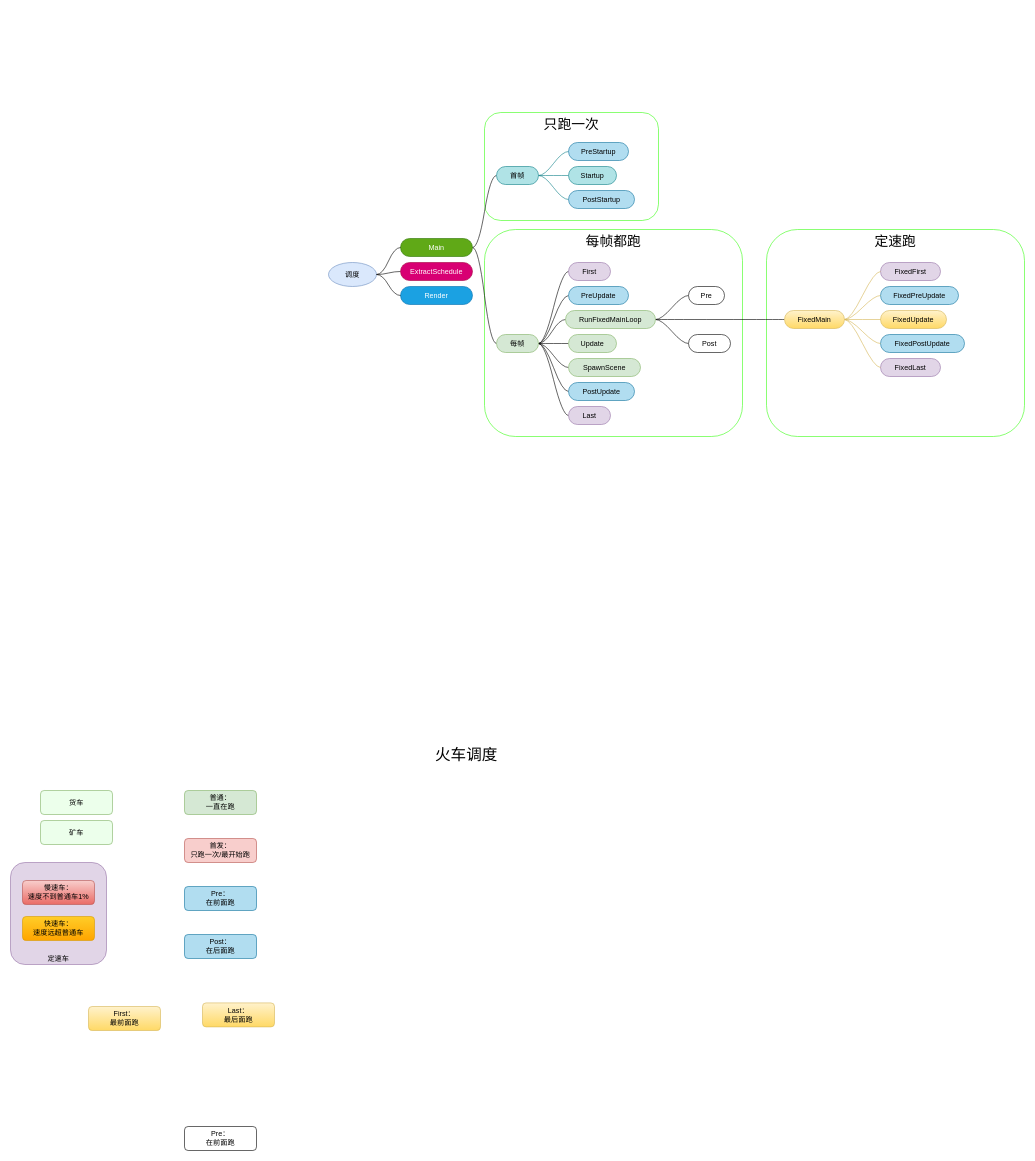
This is page "调度" (6 of 6) of bevy-0.17.drawio from topkg/graph, a draw.io file, before an edit. Source tidied: cells renumbered, new cells numbered last; positions are measured from the earlier drawing's top-left corner, leaving out a move shared by most shapes. Both pictures are drawn from the tidied source at 60%, with x=0, y=0 at pixel (10, 112).
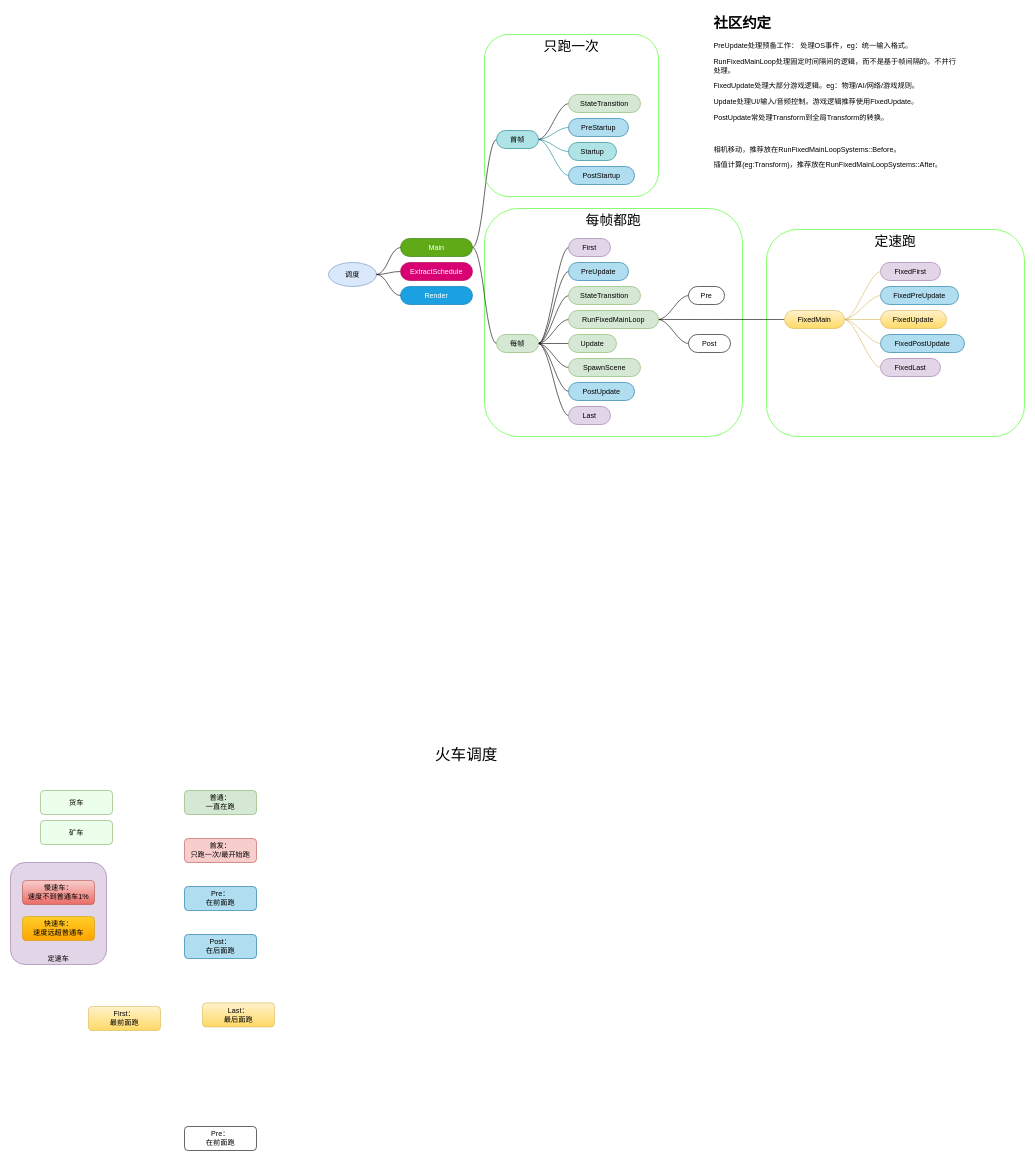
Above is the later version.

Commit message:
添加社区约定

What changed in the source:
```diff
@@
     <mxCell id="3" value="&lt;font style=&quot;font-size: 23px;&quot;&gt;每帧都跑&lt;/font&gt;" style="rounded=1;whiteSpace=wrap;html=1;verticalAlign=top;align=center;fillColor=none;strokeColor=#3BFF15;" parent="1" vertex="1">
-      <mxGeometry x="790" y="195" width="430" height="345" as="geometry" />
+      <mxGeometry x="790" y="160" width="430" height="380" as="geometry" />
     </mxCell>
-    <mxCell id="4" value="&lt;font style=&quot;font-size: 23px;&quot;&gt;只跑一次&lt;/font&gt;" style="rounded=1;whiteSpace=wrap;html=1;verticalAlign=top;fillColor=none;strokeColor=#3BFF15;" parent="1" vertex="1">
-      <mxGeometry x="790" width="290" height="180" as="geometry" />
-    </mxCell>
@@
-    <mxCell id="10" value="Main" style="whiteSpace=wrap;html=1;rounded=1;arcSize=50;align=center;verticalAlign=middle;strokeWidth=1;spacing=4;newEdgeStyle={&quot;edgeStyle&quot;:&quot;entityRelationEdgeStyle&quot;,&quot;startArrow&quot;:&quot;none&quot;,&quot;endArrow&quot;:&quot;none&quot;,&quot;segment&quot;:10,&quot;curved&quot;:1,&quot;sourcePerimeterSpacing&quot;:0,&quot;targetPerimeterSpacing&quot;:0};fillColor=#60a917;strokeColor=#2D7600;shadow=0;fontColor=#ffffff;" parent="1" vertex="1" collapsed="1">
+    <mxCell id="10" value="Main" style="whiteSpace=wrap;html=1;rounded=1;arcSize=50;align=center;verticalAlign=middle;strokeWidth=1;spacing=4;newEdgeStyle={&quot;edgeStyle&quot;:&quot;entityRelationEdgeStyle&quot;,&quot;startArrow&quot;:&quot;none&quot;,&quot;endArrow&quot;:&quot;none&quot;,&quot;segment&quot;:10,&quot;curved&quot;:1,&quot;sourcePerimeterSpacing&quot;:0,&quot;targetPerimeterSpacing&quot;:0};fillColor=#60a917;strokeColor=#2D7600;shadow=0;fontColor=#ffffff;" parent="1" vertex="1">
       <mxGeometry x="650" y="210" width="120" height="30" as="geometry" />
     </mxCell>
@@
-    <mxCell id="30" value="首帧" style="whiteSpace=wrap;html=1;rounded=1;arcSize=50;align=center;verticalAlign=middle;strokeWidth=1;spacing=4;newEdgeStyle={&quot;edgeStyle&quot;:&quot;entityRelationEdgeStyle&quot;,&quot;startArrow&quot;:&quot;none&quot;,&quot;endArrow&quot;:&quot;none&quot;,&quot;segment&quot;:10,&quot;curved&quot;:1,&quot;sourcePerimeterSpacing&quot;:0,&quot;targetPerimeterSpacing&quot;:0};fillColor=#b0e3e6;strokeColor=#0e8088;shadow=0;" parent="1" vertex="1">
-      <mxGeometry x="810" y="90" width="70" height="30" as="geometry" />
-    </mxCell>
@@
+    <mxCell id="65" style="edgeStyle=entityRelationEdgeStyle;rounded=0;jettySize=auto;html=1;startArrow=none;endArrow=none;segment=10;curved=1;sourcePerimeterSpacing=0;targetPerimeterSpacing=0;" parent="1" edge="1" source="38" target="67">
+      <mxGeometry relative="1" as="geometry" />
+    </mxCell>
-    <mxCell id="38" value="每帧" style="whiteSpace=wrap;html=1;rounded=1;arcSize=50;align=center;verticalAlign=middle;strokeWidth=1;spacing=4;newEdgeStyle={&quot;edgeStyle&quot;:&quot;entityRelationEdgeStyle&quot;,&quot;startArrow&quot;:&quot;none&quot;,&quot;endArrow&quot;:&quot;none&quot;,&quot;segment&quot;:10,&quot;curved&quot;:1,&quot;sourcePerimeterSpacing&quot;:0,&quot;targetPerimeterSpacing&quot;:0};fillColor=#d5e8d4;strokeColor=#82b366;shadow=0;" parent="1" vertex="1" collapsed="1">
+    <mxCell id="38" value="每帧" style="whiteSpace=wrap;html=1;rounded=1;arcSize=50;align=center;verticalAlign=middle;strokeWidth=1;spacing=4;newEdgeStyle={&quot;edgeStyle&quot;:&quot;entityRelationEdgeStyle&quot;,&quot;startArrow&quot;:&quot;none&quot;,&quot;endArrow&quot;:&quot;none&quot;,&quot;segment&quot;:10,&quot;curved&quot;:1,&quot;sourcePerimeterSpacing&quot;:0,&quot;targetPerimeterSpacing&quot;:0};fillColor=#d5e8d4;strokeColor=#82b366;shadow=0;" parent="1" vertex="1">
       <mxGeometry x="810" y="370" width="70" height="30" as="geometry" />
     </mxCell>
     <mxCell id="39" value="PreStartup" style="whiteSpace=wrap;html=1;rounded=1;arcSize=50;align=center;verticalAlign=middle;strokeWidth=1;spacing=4;newEdgeStyle={&quot;edgeStyle&quot;:&quot;entityRelationEdgeStyle&quot;,&quot;startArrow&quot;:&quot;none&quot;,&quot;endArrow&quot;:&quot;none&quot;,&quot;segment&quot;:10,&quot;curved&quot;:1,&quot;sourcePerimeterSpacing&quot;:0,&quot;targetPerimeterSpacing&quot;:0};fillColor=#b1ddf0;strokeColor=#10739e;shadow=0;" parent="1" vertex="1">
-      <mxGeometry x="930" y="50" width="100" height="30" as="geometry" />
+      <mxGeometry x="930" y="10" width="100" height="30" as="geometry" />
     </mxCell>
     <mxCell id="40" value="Startup" style="whiteSpace=wrap;html=1;rounded=1;arcSize=50;align=center;verticalAlign=middle;strokeWidth=1;spacing=4;newEdgeStyle={&quot;edgeStyle&quot;:&quot;entityRelationEdgeStyle&quot;,&quot;startArrow&quot;:&quot;none&quot;,&quot;endArrow&quot;:&quot;none&quot;,&quot;segment&quot;:10,&quot;curved&quot;:1,&quot;sourcePerimeterSpacing&quot;:0,&quot;targetPerimeterSpacing&quot;:0};fillColor=#b0e3e6;strokeColor=#0e8088;shadow=0;" parent="1" vertex="1">
-      <mxGeometry x="930" y="90" width="80" height="30" as="geometry" />
+      <mxGeometry x="930" y="50" width="80" height="30" as="geometry" />
     </mxCell>
     <mxCell id="41" value="PostStartup" style="whiteSpace=wrap;html=1;rounded=1;arcSize=50;align=center;verticalAlign=middle;strokeWidth=1;spacing=4;newEdgeStyle={&quot;edgeStyle&quot;:&quot;entityRelationEdgeStyle&quot;,&quot;startArrow&quot;:&quot;none&quot;,&quot;endArrow&quot;:&quot;none&quot;,&quot;segment&quot;:10,&quot;curved&quot;:1,&quot;sourcePerimeterSpacing&quot;:0,&quot;targetPerimeterSpacing&quot;:0};fillColor=#b1ddf0;strokeColor=#10739e;shadow=0;" parent="1" vertex="1">
-      <mxGeometry x="930" y="130" width="110" height="30" as="geometry" />
+      <mxGeometry x="930" y="90" width="110" height="30" as="geometry" />
     </mxCell>
     <mxCell id="42" value="First" style="whiteSpace=wrap;html=1;rounded=1;arcSize=50;align=center;verticalAlign=middle;strokeWidth=1;spacing=4;newEdgeStyle={&quot;edgeStyle&quot;:&quot;entityRelationEdgeStyle&quot;,&quot;startArrow&quot;:&quot;none&quot;,&quot;endArrow&quot;:&quot;none&quot;,&quot;segment&quot;:10,&quot;curved&quot;:1,&quot;sourcePerimeterSpacing&quot;:0,&quot;targetPerimeterSpacing&quot;:0};fillColor=#e1d5e7;strokeColor=#9673a6;shadow=0;" parent="1" vertex="1">
-      <mxGeometry x="930" y="250" width="70" height="30" as="geometry" />
+      <mxGeometry x="930" y="210" width="70" height="30" as="geometry" />
     </mxCell>
     <mxCell id="43" value="PreUpdate" style="whiteSpace=wrap;html=1;rounded=1;arcSize=50;align=center;verticalAlign=middle;strokeWidth=1;spacing=4;newEdgeStyle={&quot;edgeStyle&quot;:&quot;entityRelationEdgeStyle&quot;,&quot;startArrow&quot;:&quot;none&quot;,&quot;endArrow&quot;:&quot;none&quot;,&quot;segment&quot;:10,&quot;curved&quot;:1,&quot;sourcePerimeterSpacing&quot;:0,&quot;targetPerimeterSpacing&quot;:0};fillColor=#b1ddf0;strokeColor=#10739e;shadow=0;" parent="1" vertex="1">
-      <mxGeometry x="930" y="290" width="100" height="30" as="geometry" />
+      <mxGeometry x="930" y="250" width="100" height="30" as="geometry" />
     </mxCell>
@@
     <mxCell id="47" value="RunFixedMainLoop" style="whiteSpace=wrap;html=1;rounded=1;arcSize=50;align=center;verticalAlign=middle;strokeWidth=1;spacing=4;newEdgeStyle={&quot;edgeStyle&quot;:&quot;entityRelationEdgeStyle&quot;,&quot;startArrow&quot;:&quot;none&quot;,&quot;endArrow&quot;:&quot;none&quot;,&quot;segment&quot;:10,&quot;curved&quot;:1,&quot;sourcePerimeterSpacing&quot;:0,&quot;targetPerimeterSpacing&quot;:0};fillColor=#d5e8d4;strokeColor=#82b366;shadow=0;" parent="1" vertex="1">
-      <mxGeometry x="925" y="330" width="150" height="30" as="geometry" />
+      <mxGeometry x="930" y="330" width="150" height="30" as="geometry" />
     </mxCell>
@@
+    <mxCell id="4" value="&lt;font style=&quot;font-size: 23px;&quot;&gt;只跑一次&lt;/font&gt;" style="rounded=1;whiteSpace=wrap;html=1;verticalAlign=top;fillColor=none;strokeColor=#3BFF15;" parent="1" vertex="1">
+      <mxGeometry x="790" y="-130" width="290" height="270" as="geometry" />
+    </mxCell>
+    <mxCell id="66" style="edgeStyle=entityRelationEdgeStyle;rounded=0;jettySize=auto;html=1;startArrow=none;endArrow=none;segment=10;curved=1;sourcePerimeterSpacing=0;targetPerimeterSpacing=0;" parent="1" edge="1" source="30" target="68">
+      <mxGeometry relative="1" as="geometry" />
+    </mxCell>
+    <mxCell id="30" value="首帧" style="whiteSpace=wrap;html=1;rounded=1;arcSize=50;align=center;verticalAlign=middle;strokeWidth=1;spacing=4;newEdgeStyle={&quot;edgeStyle&quot;:&quot;entityRelationEdgeStyle&quot;,&quot;startArrow&quot;:&quot;none&quot;,&quot;endArrow&quot;:&quot;none&quot;,&quot;segment&quot;:10,&quot;curved&quot;:1,&quot;sourcePerimeterSpacing&quot;:0,&quot;targetPerimeterSpacing&quot;:0};fillColor=#b0e3e6;strokeColor=#0e8088;shadow=0;" parent="1" vertex="1">
+      <mxGeometry x="810" y="30" width="70" height="30" as="geometry" />
+    </mxCell>
+    <mxCell id="67" value="StateTransition" style="whiteSpace=wrap;html=1;rounded=1;arcSize=50;align=center;verticalAlign=middle;strokeWidth=1;spacing=4;newEdgeStyle={&quot;edgeStyle&quot;:&quot;entityRelationEdgeStyle&quot;,&quot;startArrow&quot;:&quot;none&quot;,&quot;endArrow&quot;:&quot;none&quot;,&quot;segment&quot;:10,&quot;curved&quot;:1,&quot;sourcePerimeterSpacing&quot;:0,&quot;targetPerimeterSpacing&quot;:0};fillColor=#d5e8d4;strokeColor=#82b366;shadow=0;" parent="1" vertex="1">
+      <mxGeometry x="930" y="290" width="120" height="30" as="geometry" />
+    </mxCell>
+    <mxCell id="68" value="StateTransition" style="whiteSpace=wrap;html=1;rounded=1;arcSize=50;align=center;verticalAlign=middle;strokeWidth=1;spacing=4;newEdgeStyle={&quot;edgeStyle&quot;:&quot;entityRelationEdgeStyle&quot;,&quot;startArrow&quot;:&quot;none&quot;,&quot;endArrow&quot;:&quot;none&quot;,&quot;segment&quot;:10,&quot;curved&quot;:1,&quot;sourcePerimeterSpacing&quot;:0,&quot;targetPerimeterSpacing&quot;:0};fillColor=#d5e8d4;strokeColor=#82b366;shadow=0;" parent="1" vertex="1">
+      <mxGeometry x="930" y="-30" width="120" height="30" as="geometry" />
+    </mxCell>
+    <mxCell id="69" value="&lt;h1 style=&quot;margin-top: 0px;&quot;&gt;社区约定&lt;/h1&gt;&lt;p&gt;PreUpdate处理预备工作： 处理OS事件，eg：统一输入格式。&lt;/p&gt;&lt;p&gt;RunFixedMainLoop处理固定时间隔间的逻辑，而不是基于帧间隔的。不并行处理。&lt;/p&gt;&lt;p&gt;FixedUpdate处理大部分游戏逻辑。eg：物理/AI/网络/游戏规则。&lt;/p&gt;&lt;p&gt;Update处理UI/输入/音频控制。游戏逻辑推荐使用FixedUpdate。&lt;/p&gt;&lt;p&gt;PostUpdate常处理Transform到全局Transform的转换。&lt;/p&gt;&lt;p&gt;&lt;br&gt;&lt;/p&gt;&lt;p&gt;相机移动，推荐放在RunFixedMainLoopSystems::Before。&lt;/p&gt;&lt;p&gt;插值计算(eg:Transform)，推荐放在RunFixedMainLoopSystems::After。&lt;/p&gt;" style="text;html=1;whiteSpace=wrap;overflow=hidden;rounded=0;" parent="1" vertex="1">
+      <mxGeometry x="1170" y="-170" width="410" height="270" as="geometry" />
+    </mxCell>
```
